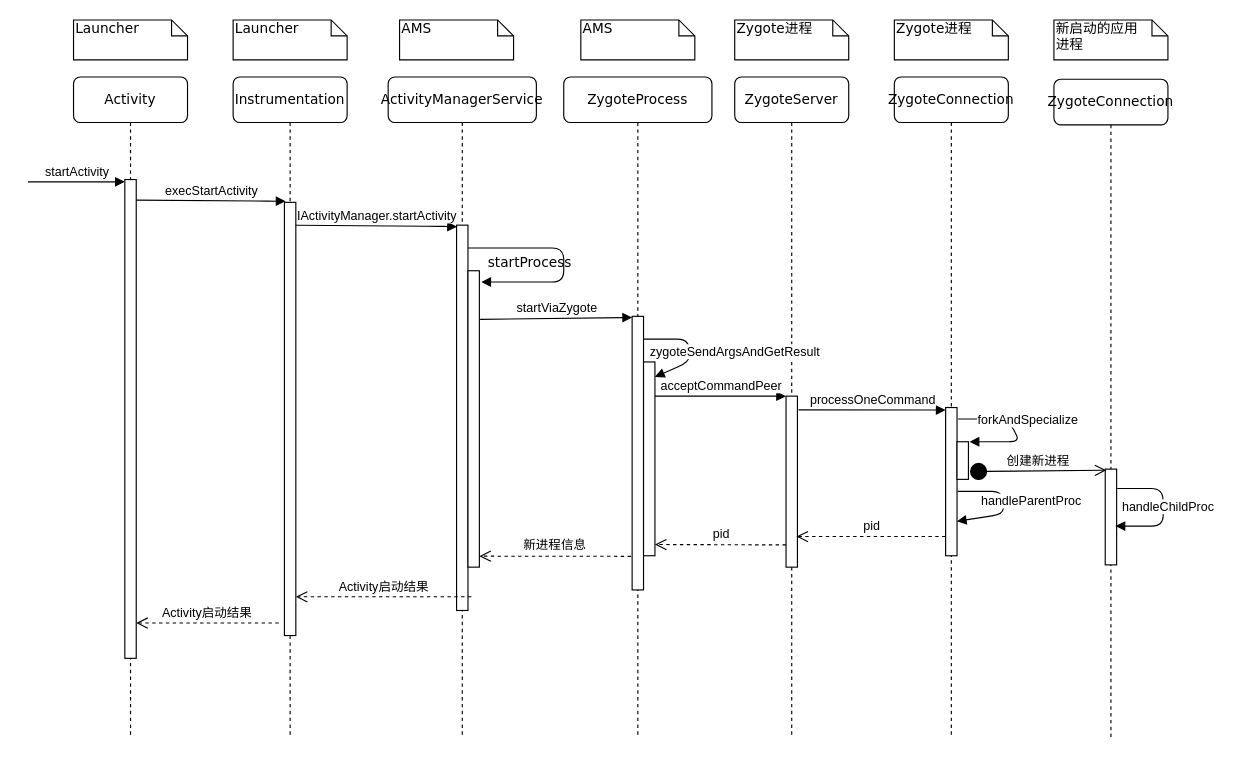
The draw.io diagram thesis/figure_intermediate/app_start.drawio in january147/Graduation_Project, before the edit. Source tidied: cells renumbered, new cells numbered last; positions are measured from the earlier drawing's top-left corner, leaving out a move shared by most shapes. Both pictures are drawn from the tidied source at 114%, with x=0, y=0 at pixel (27, 19).
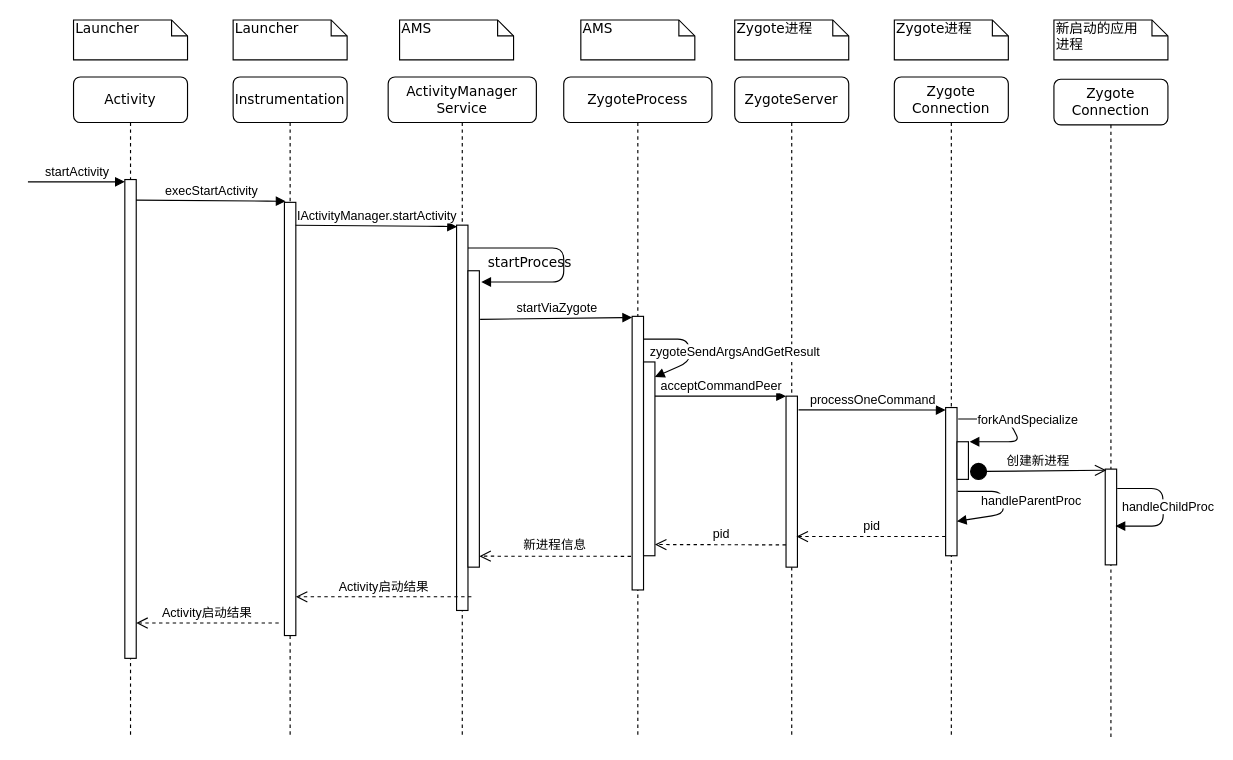
Above is the later version.

Diff of the diagram source:
```diff
@@
-    <mxCell id="4" value="ActivityManagerService" style="shape=umlLifeline;perimeter=lifelinePerimeter;whiteSpace=wrap;html=1;rounded=1;shadow=0;comic=0;labelBackgroundColor=none;strokeColor=#000000;strokeWidth=1;fillColor=#FFFFFF;fontFamily=Verdana;fontSize=12;fontColor=#000000;align=center;" parent="1" vertex="1">
+    <mxCell id="4" value="ActivityManager&lt;br&gt;Service" style="shape=umlLifeline;perimeter=lifelinePerimeter;whiteSpace=wrap;html=1;rounded=1;shadow=0;comic=0;labelBackgroundColor=none;strokeColor=#000000;strokeWidth=1;fillColor=#FFFFFF;fontFamily=Verdana;fontSize=12;fontColor=#000000;align=center;" parent="1" vertex="1">
       <mxGeometry x="316" y="50" width="130" height="580" as="geometry" />
     </mxCell>
@@
-    <mxCell id="9" value="ZygoteConnection" style="shape=umlLifeline;perimeter=lifelinePerimeter;whiteSpace=wrap;html=1;rounded=1;shadow=0;comic=0;labelBackgroundColor=none;strokeColor=#000000;strokeWidth=1;fillColor=#FFFFFF;fontFamily=Verdana;fontSize=12;fontColor=#000000;align=center;" parent="1" vertex="1">
+    <mxCell id="9" value="Zygote&lt;br&gt;Connection" style="shape=umlLifeline;perimeter=lifelinePerimeter;whiteSpace=wrap;html=1;rounded=1;shadow=0;comic=0;labelBackgroundColor=none;strokeColor=#000000;strokeWidth=1;fillColor=#FFFFFF;fontFamily=Verdana;fontSize=12;fontColor=#000000;align=center;" parent="1" vertex="1">
       <mxGeometry x="760" y="50" width="100" height="580" as="geometry" />
     </mxCell>
@@
-    <mxCell id="11" value="ZygoteConnection" style="shape=umlLifeline;perimeter=lifelinePerimeter;whiteSpace=wrap;html=1;rounded=1;shadow=0;comic=0;labelBackgroundColor=none;strokeColor=#000000;strokeWidth=1;fillColor=#FFFFFF;fontFamily=Verdana;fontSize=12;fontColor=#000000;align=center;" parent="1" vertex="1">
+    <mxCell id="11" value="Zygote&lt;br&gt;Connection" style="shape=umlLifeline;perimeter=lifelinePerimeter;whiteSpace=wrap;html=1;rounded=1;shadow=0;comic=0;labelBackgroundColor=none;strokeColor=#000000;strokeWidth=1;fillColor=#FFFFFF;fontFamily=Verdana;fontSize=12;fontColor=#000000;align=center;" parent="1" vertex="1">
       <mxGeometry x="900" y="52" width="100" height="580" as="geometry" />
     </mxCell>
```
